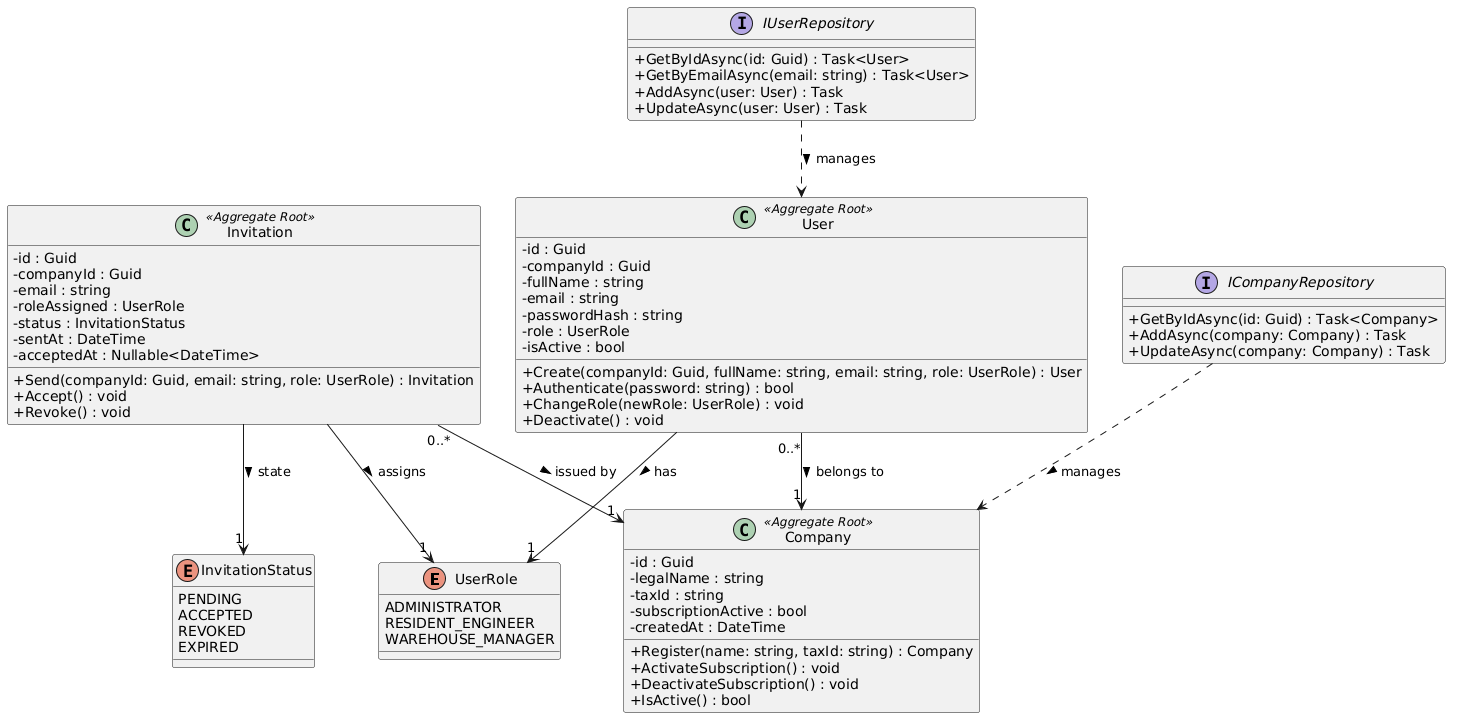
Above: assets/Chapther-4/BC-02.png in upc-pre-202620-1asi0730-8084-Developers/Vigia-Report (PlantUML), before the change. The source it was exported from:
```plantuml
@startuml
skinparam classAttributeIconSize 0

enum UserRole {
  ADMINISTRATOR
  RESIDENT_ENGINEER
  WAREHOUSE_MANAGER
}

enum InvitationStatus {
  PENDING
  ACCEPTED
  REVOKED
  EXPIRED
}

class Company <<Aggregate Root>> {
  - id : Guid
  - legalName : string
  - taxId : string
  - subscriptionActive : bool
  - createdAt : DateTime
  + Register(name: string, taxId: string) : Company
  + ActivateSubscription() : void
  + DeactivateSubscription() : void
  + IsActive() : bool
}

class User <<Aggregate Root>> {
  - id : Guid
  - companyId : Guid
  - fullName : string
  - email : string
  - passwordHash : string
  - role : UserRole
  - isActive : bool
  + Create(companyId: Guid, fullName: string, email: string, role: UserRole) : User
  + Authenticate(password: string) : bool
  + ChangeRole(newRole: UserRole) : void
  + Deactivate() : void
}

class Invitation <<Aggregate Root>> {
  - id : Guid
  - companyId : Guid
  - email : string
  - roleAssigned : UserRole
  - status : InvitationStatus
  - sentAt : DateTime
  - acceptedAt : Nullable<DateTime>
  + Send(companyId: Guid, email: string, role: UserRole) : Invitation
  + Accept() : void
  + Revoke() : void
}

interface IUserRepository {
  + GetByIdAsync(id: Guid) : Task<User>
  + GetByEmailAsync(email: string) : Task<User>
  + AddAsync(user: User) : Task
  + UpdateAsync(user: User) : Task
}

interface ICompanyRepository {
  + GetByIdAsync(id: Guid) : Task<Company>
  + AddAsync(company: Company) : Task
  + UpdateAsync(company: Company) : Task
}

User "0..*" --> "1" Company : belongs to >
Invitation "0..*" --> "1" Company : issued by >
User --> "1" UserRole : has >
Invitation --> "1" UserRole : assigns >
Invitation --> "1" InvitationStatus : state >
IUserRepository ..> User : manages >
ICompanyRepository ..> Company : manages >
@enduml
```
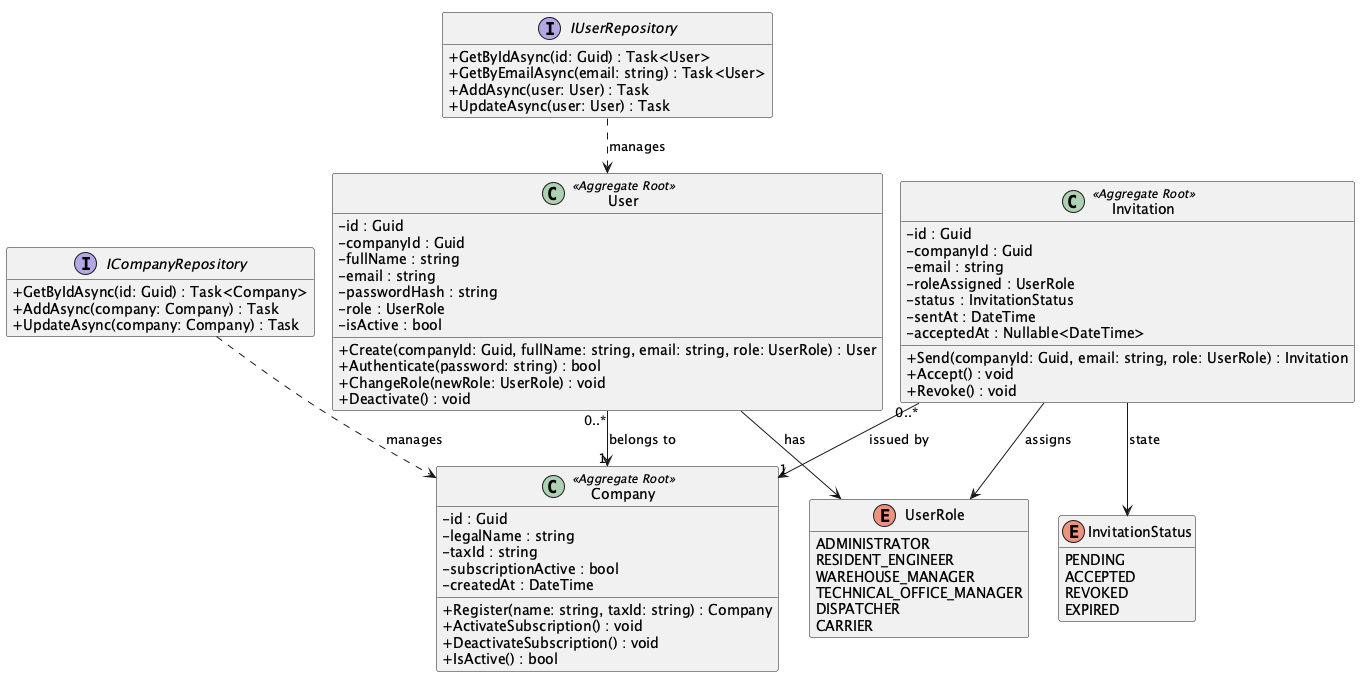
The same file after the commit.

Change to the diagram source:
```diff
@@ -1,10 +1,58 @@
 @startuml
+!pragma layout smetana
+hide empty members
 skinparam classAttributeIconSize 0
 
-enum UserRole {
-  ADMINISTRATOR
-  RESIDENT_ENGINEER
-  WAREHOUSE_MANAGER
+interface IUserRepository {
+  +GetByIdAsync(id: Guid) : Task<User>
+  +GetByEmailAsync(email: string) : Task<User>
+  +AddAsync(user: User) : Task
+  +UpdateAsync(user: User) : Task
+}
+
+interface ICompanyRepository {
+  +GetByIdAsync(id: Guid) : Task<Company>
+  +AddAsync(company: Company) : Task
+  +UpdateAsync(company: Company) : Task
+}
+
+class Invitation <<Aggregate Root>> {
+  -id : Guid
+  -companyId : Guid
+  -email : string
+  -roleAssigned : UserRole
+  -status : InvitationStatus
+  -sentAt : DateTime
+  -acceptedAt : Nullable<DateTime>
+  +Send(companyId: Guid, email: string, role: UserRole) : Invitation
+  +Accept() : void
+  +Revoke() : void
+}
+
+class User <<Aggregate Root>> {
+  -id : Guid
+  -companyId : Guid
+  -fullName : string
+  -email : string
+  -passwordHash : string
+  -role : UserRole
+  -isActive : bool
+  +Create(companyId: Guid, fullName: string, email: string, role: UserRole) : User
+  +Authenticate(password: string) : bool
+  +ChangeRole(newRole: UserRole) : void
+  +Deactivate() : void
+}
+
+class Company <<Aggregate Root>> {
+  -id : Guid
+  -legalName : string
+  -taxId : string
+  -subscriptionActive : bool
+  -createdAt : DateTime
+  +Register(name: string, taxId: string) : Company
+  +ActivateSubscription() : void
+  +DeactivateSubscription() : void
+  +IsActive() : bool
 }
 
 enum InvitationStatus {
@@ -14,63 +62,20 @@
   EXPIRED
 }
 
-class Company <<Aggregate Root>> {
-  - id : Guid
-  - legalName : string
-  - taxId : string
-  - subscriptionActive : bool
-  - createdAt : DateTime
-  + Register(name: string, taxId: string) : Company
-  + ActivateSubscription() : void
-  + DeactivateSubscription() : void
-  + IsActive() : bool
+enum UserRole {
+  ADMINISTRATOR
+  RESIDENT_ENGINEER
+  WAREHOUSE_MANAGER
+  TECHNICAL_OFFICE_MANAGER
+  DISPATCHER
+  CARRIER
 }
 
-class User <<Aggregate Root>> {
-  - id : Guid
-  - companyId : Guid
-  - fullName : string
-  - email : string
-  - passwordHash : string
-  - role : UserRole
-  - isActive : bool
-  + Create(companyId: Guid, fullName: string, email: string, role: UserRole) : User
-  + Authenticate(password: string) : bool
-  + ChangeRole(newRole: UserRole) : void
-  + Deactivate() : void
-}
-
-class Invitation <<Aggregate Root>> {
-  - id : Guid
-  - companyId : Guid
-  - email : string
-  - roleAssigned : UserRole
-  - status : InvitationStatus
-  - sentAt : DateTime
-  - acceptedAt : Nullable<DateTime>
-  + Send(companyId: Guid, email: string, role: UserRole) : Invitation
-  + Accept() : void
-  + Revoke() : void
-}
-
-interface IUserRepository {
-  + GetByIdAsync(id: Guid) : Task<User>
-  + GetByEmailAsync(email: string) : Task<User>
-  + AddAsync(user: User) : Task
-  + UpdateAsync(user: User) : Task
-}
-
-interface ICompanyRepository {
-  + GetByIdAsync(id: Guid) : Task<Company>
-  + AddAsync(company: Company) : Task
-  + UpdateAsync(company: Company) : Task
-}
-
-User "0..*" --> "1" Company : belongs to >
-Invitation "0..*" --> "1" Company : issued by >
-User --> "1" UserRole : has >
-Invitation --> "1" UserRole : assigns >
-Invitation --> "1" InvitationStatus : state >
-IUserRepository ..> User : manages >
-ICompanyRepository ..> Company : manages >
+IUserRepository ..> User : manages
+ICompanyRepository ..> Company : manages
+User "0..*" --> "1" Company : belongs to
+Invitation "0..*" --> "1" Company : issued by
+Invitation --> InvitationStatus : state
+Invitation --> UserRole : assigns
+User --> UserRole : has
 @enduml
```
